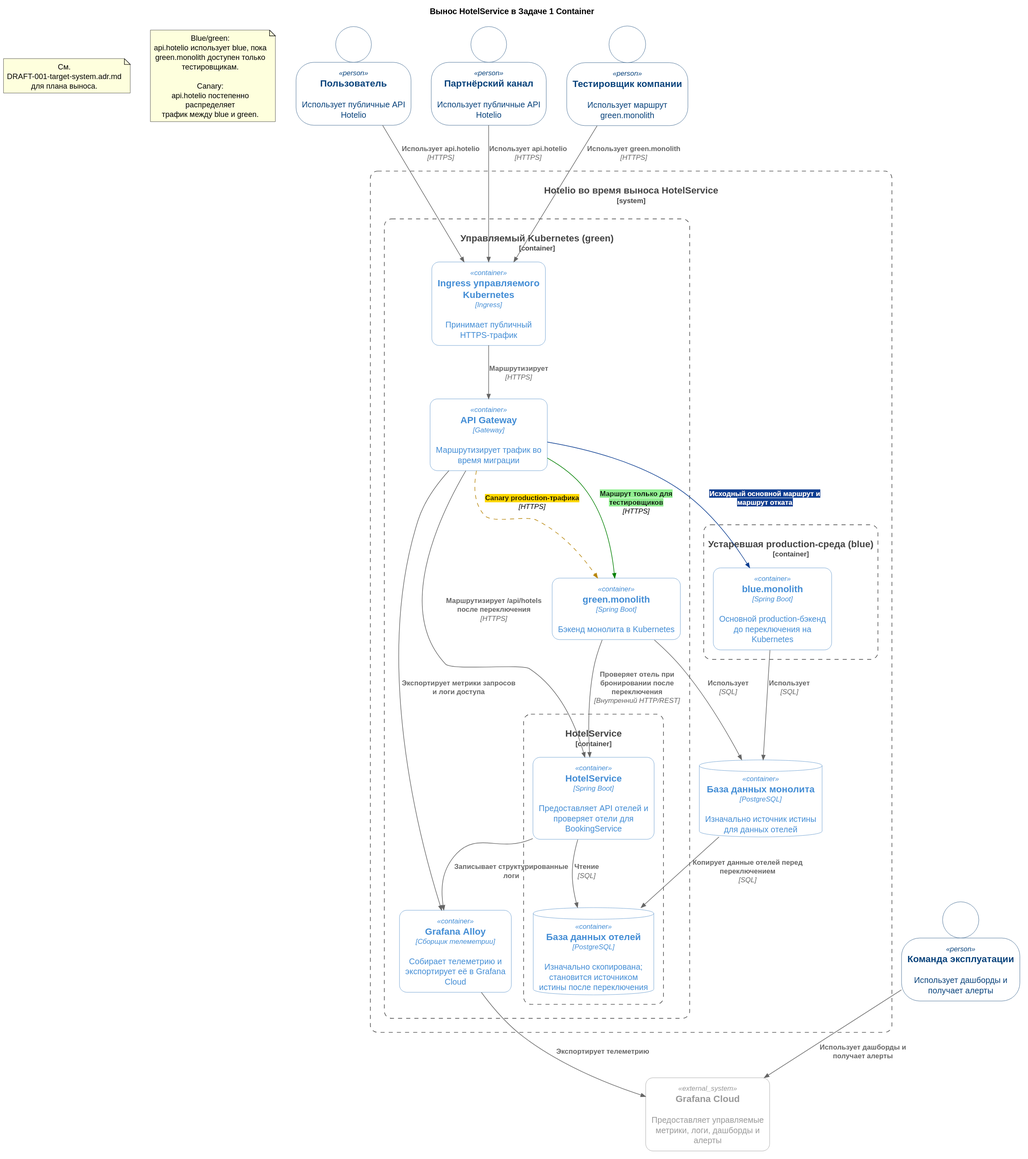
This is tasks/task1/results/diagrams/.svg/01-task-1.container.c4.ru.svg from vs-ya-practicum/02-hotelio-fork, a PlantUML export, as it was before one commit.
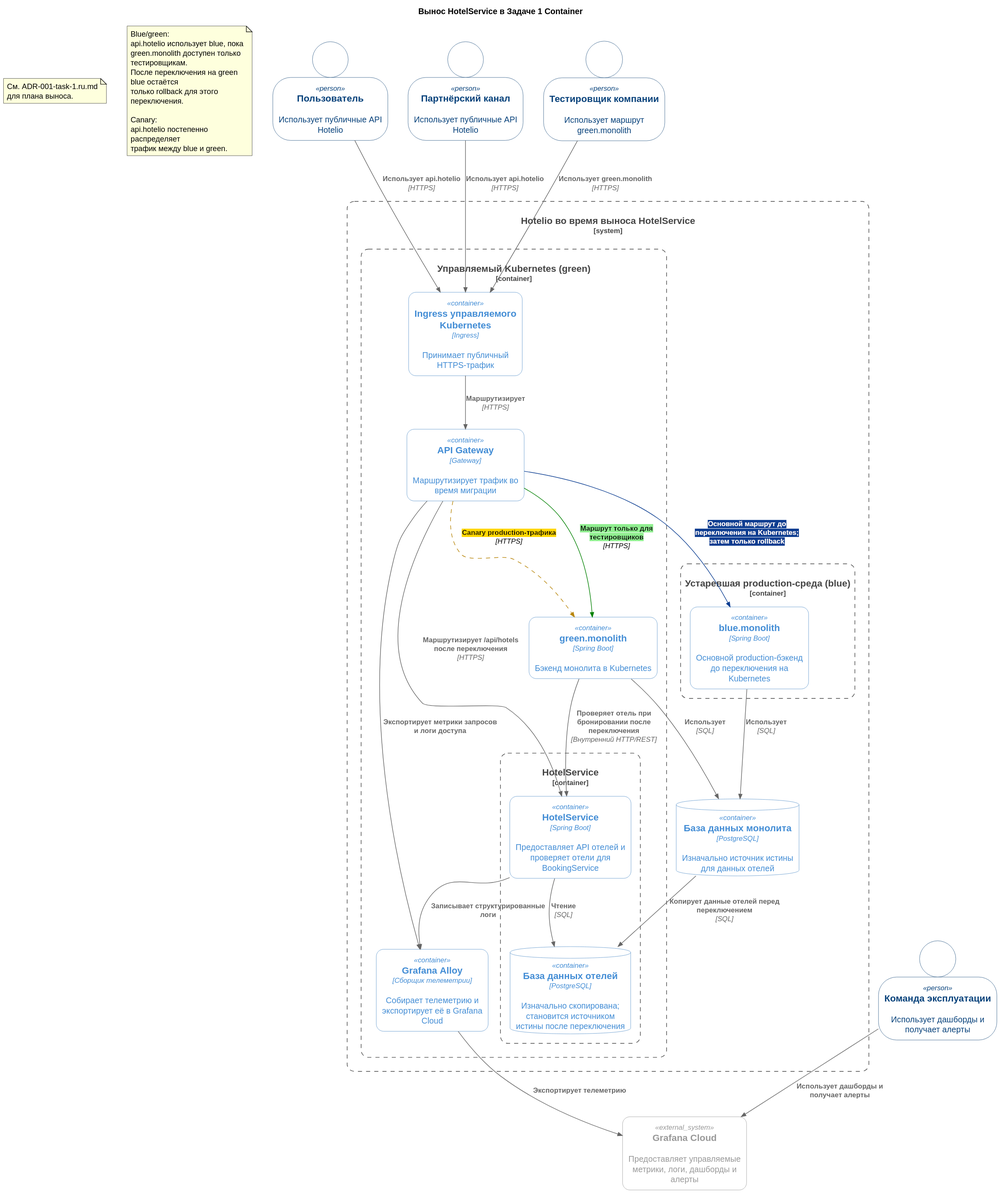
Later version of the same file.

Commit message:
[task1] Update (docs): adr, diagrams, readme

What changed in the source:
```diff
@@ -5,14 +5,16 @@
 
 SHOW_PERSON_OUTLINE()
 
+skinparam noteTextAlignment left
+
 AddRelTag("blueRoute", $textColor="white", $lineColor="#0B3D91")
 AddRelTag("greenRoute", $textColor="black", $lineColor="#008000")
 AddRelTag("canaryRoute", $textColor="black", $lineColor="#B8860B", $lineStyle=DashedLine())
 
 title Вынос HotelService в Задаче 1 Container
 
-note "См. DRAFT-001-target-system.adr.md\nдля плана выноса." as adrNote
-note "Blue/green:\napi.hotelio использует blue, пока\ngreen.monolith доступен только тестировщикам.\n\nCanary:\napi.hotelio постепенно распределяет\nтрафик между blue и green." as rolloutNote
+note "См. ADR-001-task-1.ru.md\nдля плана выноса." as adrNote
+note "Blue/green:\napi.hotelio использует blue, пока green.monolith доступен только тестировщикам.\nПосле переключения на green blue остаётся\nтолько rollback для этого переключения.\n\nCanary:\napi.hotelio постепенно распределяет\nтрафик между blue и green." as rolloutNote
 
 Person(user, "Пользователь", "Использует публичные API Hotelio")
 Person(partner, "Партнёрский канал", "Использует публичные API Hotelio")
@@ -45,7 +47,7 @@
 Rel(tester, ingress, "Использует green.monolith", "HTTPS")
 Rel(ingress, apiGateway, "Маршрутизирует", "HTTPS")
 
-Rel(apiGateway, blueMonolith, "<back:#0B3D91>Исходный основной маршрут и маршрут отката", "HTTPS", $tags="blueRoute")
+Rel(apiGateway, blueMonolith, "<back:#0B3D91>Основной маршрут до переключения на Kubernetes; затем только rollback", "HTTPS", $tags="blueRoute")
 Rel(apiGateway, greenMonolith, "<back:lightgreen>Маршрут только для тестировщиков", "HTTPS", $tags="greenRoute")
 Rel(apiGateway, greenMonolith, "<back:#FFD700>Canary production-трафика", "HTTPS", $tags="canaryRoute")
 Rel(apiGateway, hotel, "Маршрутизирует /api/hotels после переключения", "HTTPS")
```
